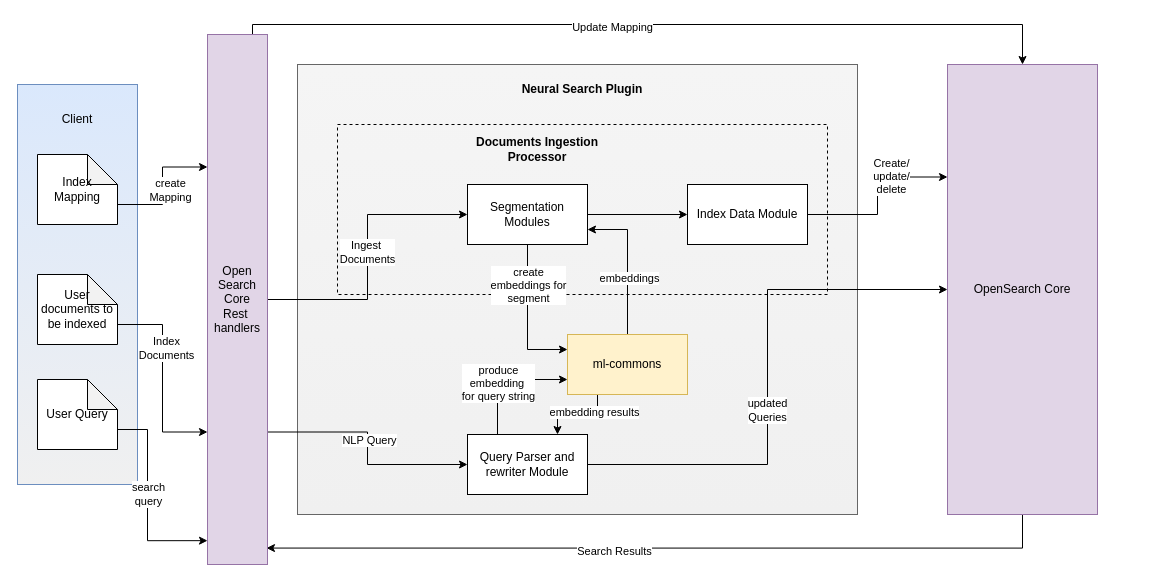
This is OpenSearch/SemanticsSearch.drawio from navneet1v/FlowDiagram, a draw.io file, before an edit. Source tidied: cells renumbered, new cells numbered last; positions are measured from the earlier drawing's top-left corner, leaving out a move shared by most shapes. Both pictures are drawn from the tidied source at 100%, with x=0, y=0 at pixel (17, 24).
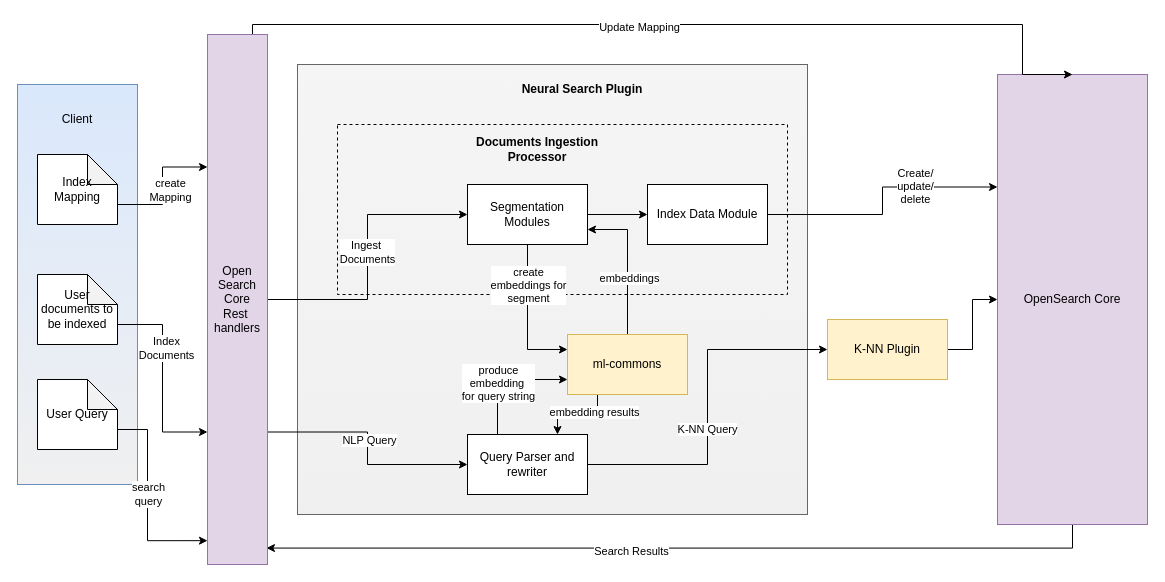
The same diagram, later.

Diff of the diagram source:
```diff
@@
     <mxCell id="3" style="rounded=0;whiteSpace=wrap;html=1;fillColor=#f5f5f5;fontColor=#333333;strokeColor=#666666;gradientColor=#F0F0F0;" parent="1" vertex="1">
-      <mxGeometry x="280" y="40" width="560" height="450" as="geometry" />
+      <mxGeometry x="280" y="40" width="510" height="450" as="geometry" />
     </mxCell>
     <mxCell id="4" style="rounded=0;whiteSpace=wrap;html=1;gradientColor=none;fillColor=none;dashed=1;" parent="1" vertex="1">
-      <mxGeometry x="320" y="100" width="490" height="170" as="geometry" />
+      <mxGeometry x="320" y="100" width="450" height="170" as="geometry" />
     </mxCell>
@@
-    <mxCell id="9" style="edgeStyle=orthogonalEdgeStyle;rounded=0;jettySize=auto;html=1;exitX=1;exitY=0.5;exitDx=0;exitDy=0;" parent="1" edge="1" source="13" target="34">
+    <mxCell id="9" style="edgeStyle=orthogonalEdgeStyle;rounded=0;jettySize=auto;html=1;exitX=1;exitY=0.5;exitDx=0;exitDy=0;entryX=0;entryY=0.5;entryDx=0;entryDy=0;" parent="1" edge="1" source="13" target="45">
       <mxGeometry relative="1" as="geometry" />
     </mxCell>
-    <mxCell id="10" value="updated&lt;br&gt;Queries" style="edgeLabel;html=1;align=center;verticalAlign=middle;" parent="9" vertex="1">
+    <mxCell id="10" value="K-NN Query" style="edgeLabel;html=1;align=center;verticalAlign=middle;" parent="9" vertex="1">
       <mxGeometry x="-0.12" y="1" relative="1" as="geometry" />
     </mxCell>
@@
-    <mxCell id="13" value="Query Parser and rewriter Module" style="rounded=0;whiteSpace=wrap;html=1;" parent="1" vertex="1">
+    <mxCell id="13" value="Query Parser and rewriter" style="rounded=0;whiteSpace=wrap;html=1;" parent="1" vertex="1">
       <mxGeometry x="450" y="410" width="120" height="60" as="geometry" />
     </mxCell>
@@
     <mxCell id="20" value="Index Data Module" style="rounded=0;whiteSpace=wrap;html=1;" parent="1" vertex="1">
-      <mxGeometry x="670" y="160" width="120" height="60" as="geometry" />
+      <mxGeometry x="630" y="160" width="120" height="60" as="geometry" />
     </mxCell>
@@
     <mxCell id="34" value="OpenSearch Core" style="rounded=0;whiteSpace=wrap;html=1;fillColor=#e1d5e7;strokeColor=#9673a6;" parent="1" vertex="1">
-      <mxGeometry x="930" y="40" width="150" height="450" as="geometry" />
+      <mxGeometry x="980" y="50" width="150" height="450" as="geometry" />
     </mxCell>
@@
+    <mxCell id="44" style="edgeStyle=orthogonalEdgeStyle;rounded=0;jettySize=auto;html=1;exitX=1;exitY=0.5;exitDx=0;exitDy=0;" parent="1" edge="1" source="45" target="34">
+      <mxGeometry relative="1" as="geometry" />
+    </mxCell>
+    <mxCell id="45" value="K-NN Plugin" style="rounded=0;whiteSpace=wrap;html=1;fillColor=#fff2cc;strokeColor=#d6b656;" parent="1" vertex="1">
+      <mxGeometry x="810" y="295" width="120" height="60" as="geometry" />
+    </mxCell>
```
